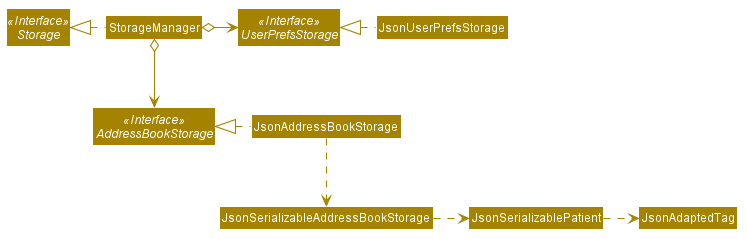
Before: docs/images/StorageClassDiagram.png, a diagram exported from PlantUML (yeohhq/tp).
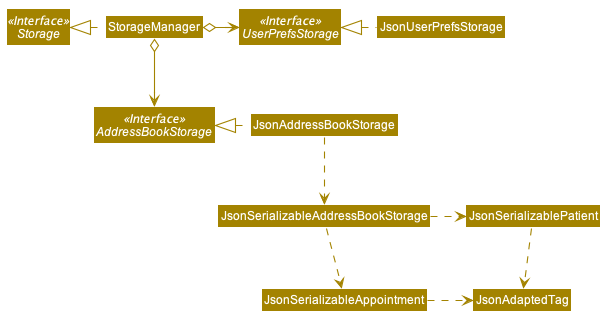
Later version of the same file.

Diff of the diagram source:
```diff
@@ -67,5 +67,8 @@
 JsonAddressBookStorage .left.|> AddressBookStorage
 JsonAddressBookStorage .down.> JsonSerializableAddressBookStorage
 JsonSerializableAddressBookStorage .right.> JsonSerializablePatient
+JsonSerializableAddressBookStorage .down.> JsonSerializableAppointment
 JsonSerializablePatient .right.> JsonAdaptedTag
+JsonSerializableAppointment .right.> JsonAdaptedTag
+
 @enduml
```
